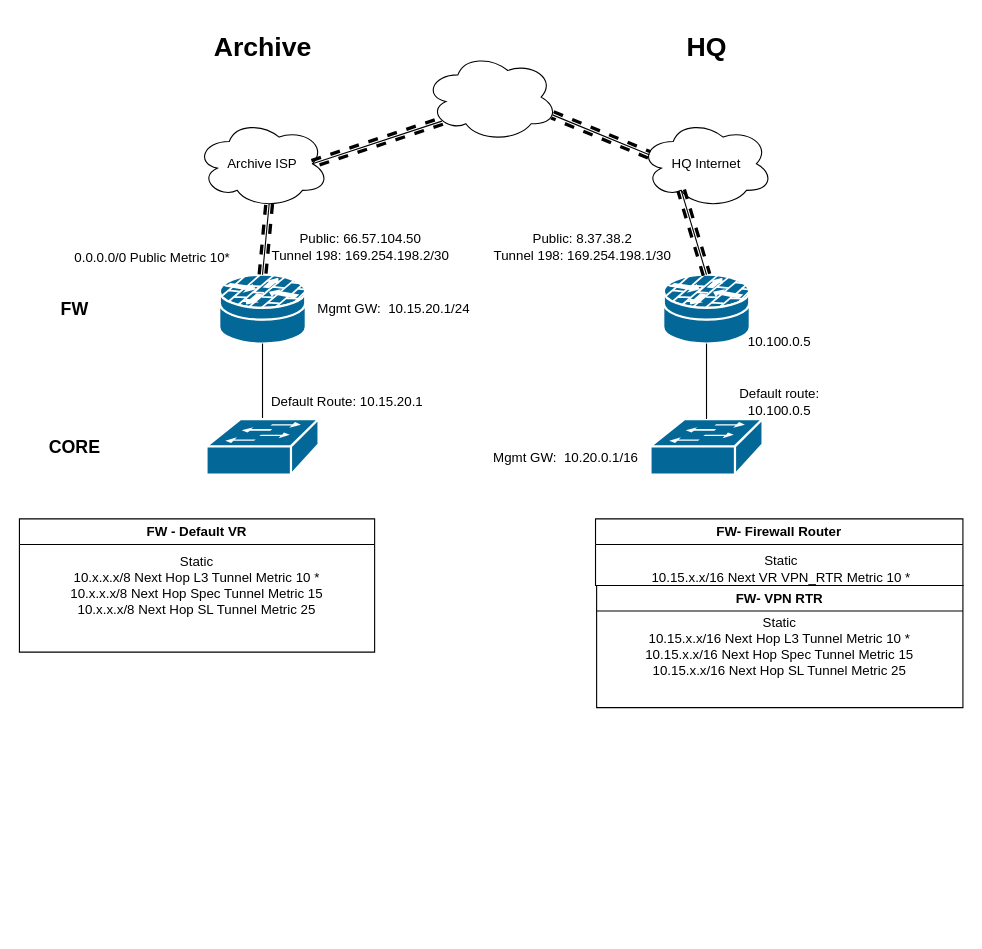
Earlier version of the draw.io diagram page "As-is" (1 of 2) of Archive.drawio (adamrt918/Diagram). Source tidied: cells renumbered, new cells numbered last; positions are measured from the earlier drawing's top-left corner, leaving out a move shared by most shapes. Both pictures are drawn from the tidied source at 111%, with x=0, y=0 at pixel (19, 19).
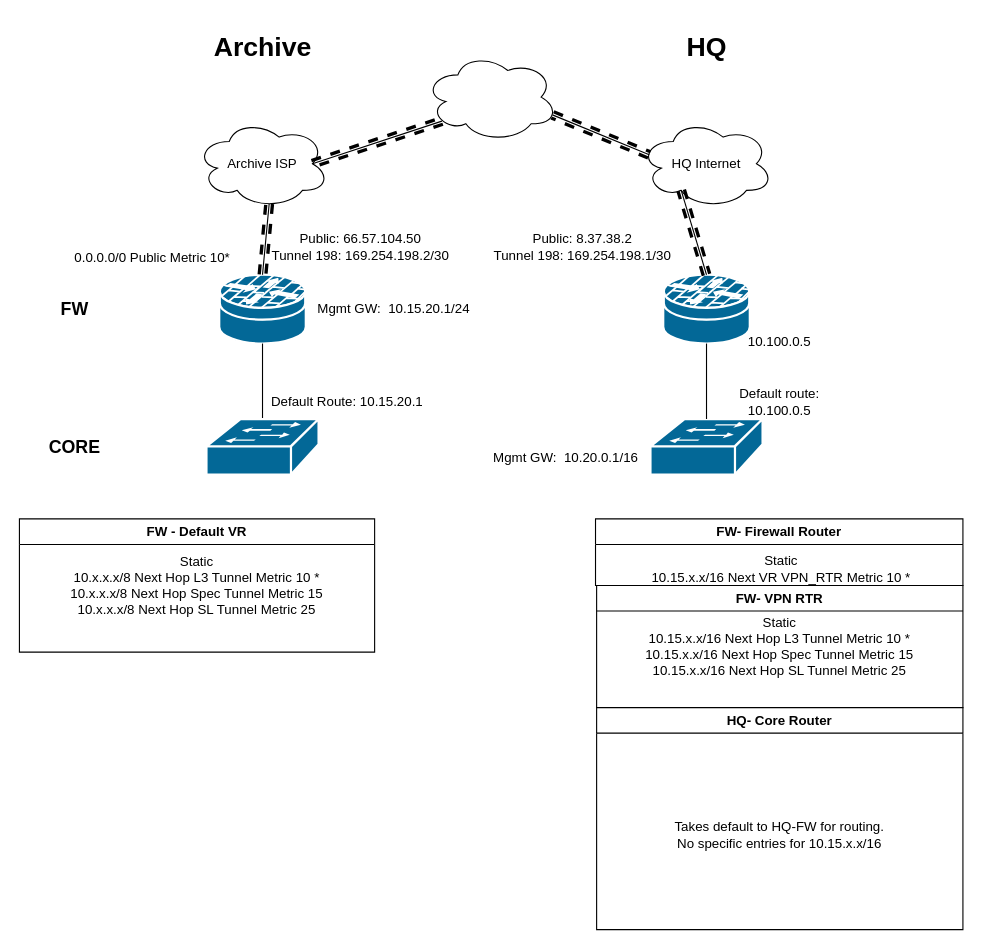
Above is the later version.

Change to the diagram source:
```diff
@@
+    <mxCell id="37" value="HQ- Core Router" style="swimlane;whiteSpace=wrap;html=1;" parent="1" vertex="1">
+      <mxGeometry x="520" y="620" width="330" height="200" as="geometry" />
+    </mxCell>
+    <mxCell id="38" value="Takes default to HQ-FW for routing.&lt;div&gt;No specific entries for 10.15.x.x/16&lt;/div&gt;" style="text;html=1;whiteSpace=wrap;strokeColor=none;fillColor=none;align=center;verticalAlign=middle;rounded=0;" parent="1" vertex="1">
+      <mxGeometry x="520" y="650" width="330" height="170" as="geometry" />
+    </mxCell>
```
